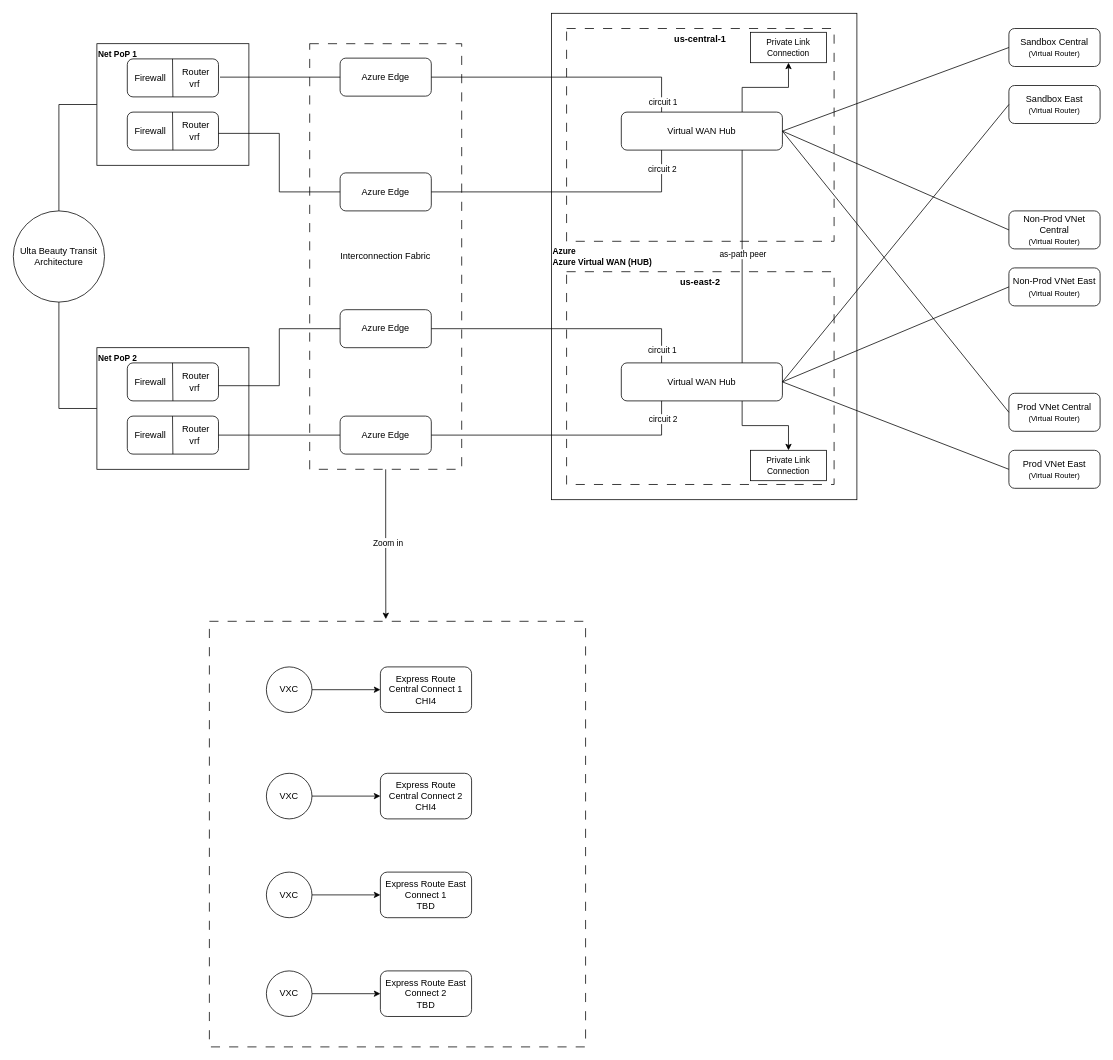
This is page "Azure Resiliency" (7 of 26) of disaster-recovery.drawio from bpayt2/temp, a draw.io file, before an edit. Source tidied: cells renumbered, new cells numbered last; positions are measured from the earlier drawing's top-left corner, leaving out a move shared by most shapes. Both pictures are drawn from the tidied source at 76%, with x=0, y=0 at pixel (13, 13).
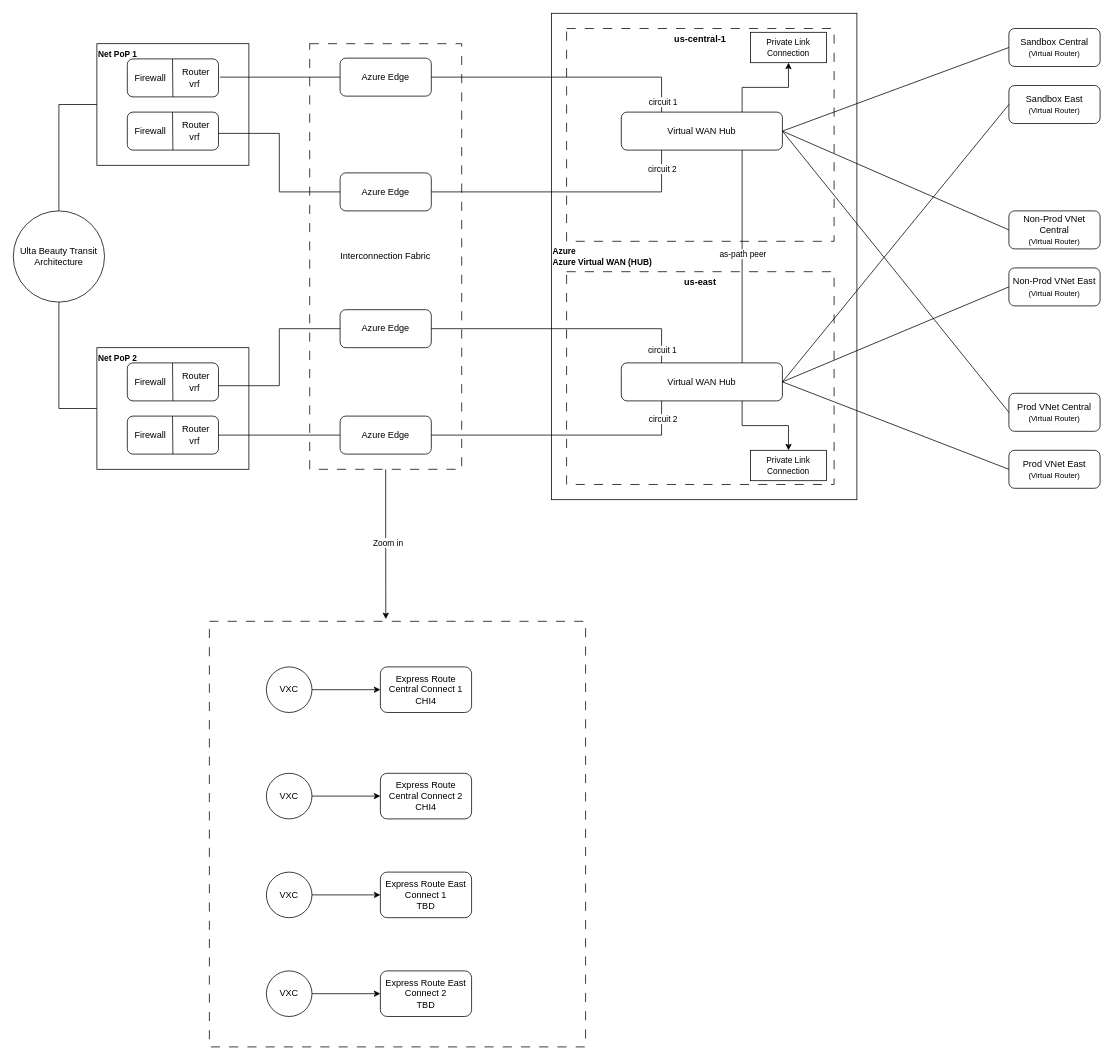
The same diagram, later.

What changed in the source:
```diff
@@
-    <mxCell id="35" value="&lt;b&gt;us-east-2&lt;/b&gt;" style="rounded=0;whiteSpace=wrap;html=1;dashed=1;dashPattern=12 12;verticalAlign=top;" parent="1" vertex="1">
+    <mxCell id="35" value="&lt;b&gt;us-east&lt;/b&gt;" style="rounded=0;whiteSpace=wrap;html=1;dashed=1;dashPattern=12 12;verticalAlign=top;" parent="1" vertex="1">
       <mxGeometry x="728" y="340" width="352" height="280" as="geometry" />
     </mxCell>
```
